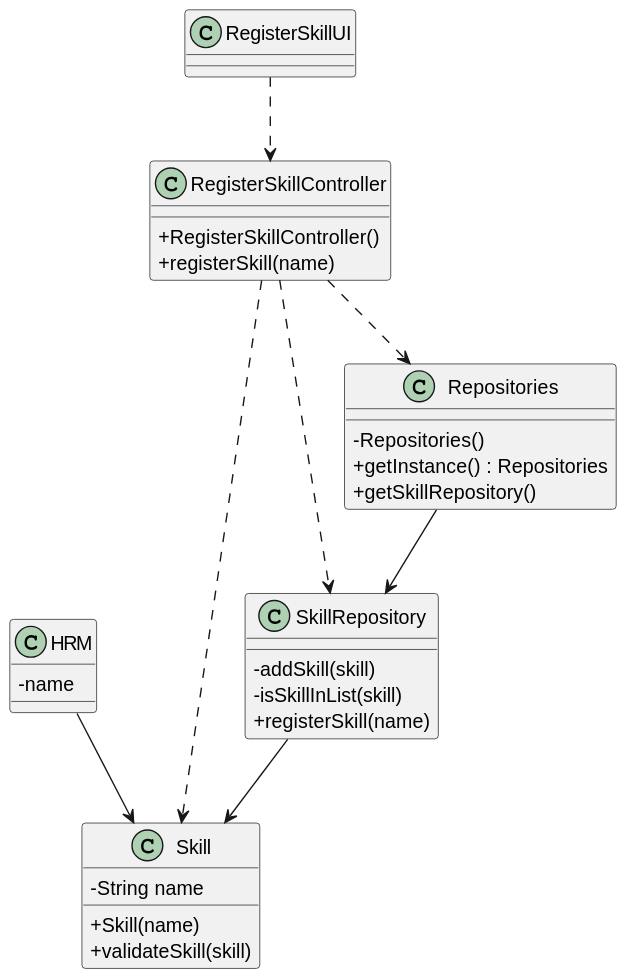
Earlier version of the PlantUML export docs/sprintA&B/us001/03.design/svg/us001-class-diagram.svg (daniel41silva05/ISEP_2023_2024_LAPR2).
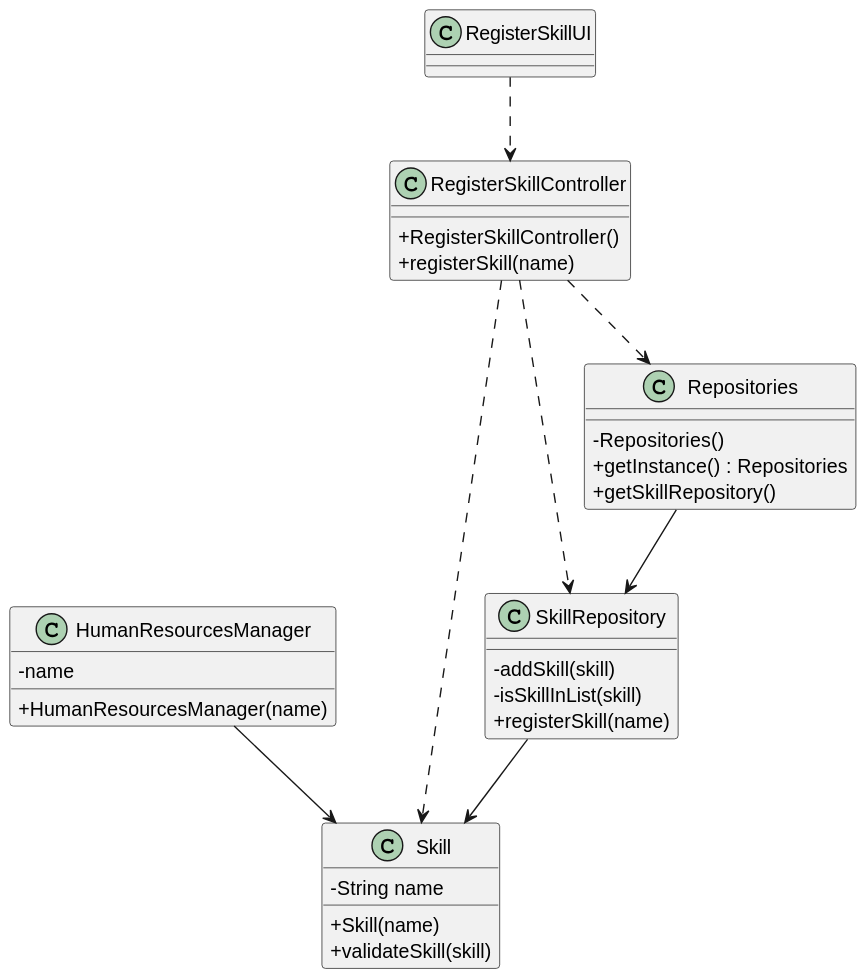
Later version of the same file.

Diff of the diagram source:
```diff
@@ -13,8 +13,9 @@
     + validateSkill(skill)
 }
 
-class HRM {
+class HumanResourcesManager {
     - name
+    + HumanResourcesManager(name)
 }
 
 class SkillRepository {
@@ -42,6 +43,6 @@
 RegisterSkillController ..> SkillRepository
 RegisterSkillController ..> Skill
 Repositories --> SkillRepository
-HRM --> Skill
+HumanResourcesManager --> Skill
 SkillRepository --> Skill
 @enduml
```
